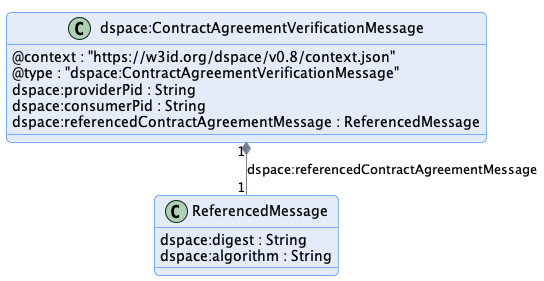
Above: negotiation/message/diagram/contract-agreement-verification-message.png in International-Data-Spaces-Association/ids-specification (PlantUML), before the change.
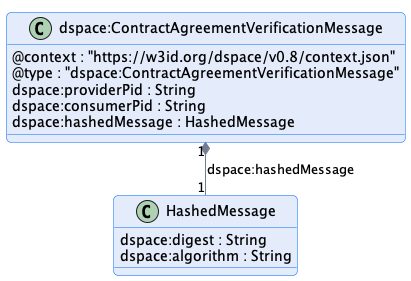
After the change.

Commit message:
rename referencedContractAgreementMessage to hashedMessage

Diff of the diagram source:
```diff
@@ -11,14 +11,14 @@
     @type : "dspace:ContractAgreementVerificationMessage"
     dspace:providerPid : String
     dspace:consumerPid : String
-    dspace:referencedContractAgreementMessage : ReferencedMessage
+    dspace:hashedMessage : HashedMessage
 }
 
-class ReferencedMessage {
+class HashedMessage {
     dspace:digest : String
     dspace:algorithm : String
 }
 
-"dspace:ContractAgreementVerificationMessage" "1" *-- "1" "ReferencedMessage" : "dspace:referencedContractAgreementMessage"
+"dspace:ContractAgreementVerificationMessage" "1" *-- "1" "HashedMessage" : "dspace:hashedMessage"
 
 @enduml
```
